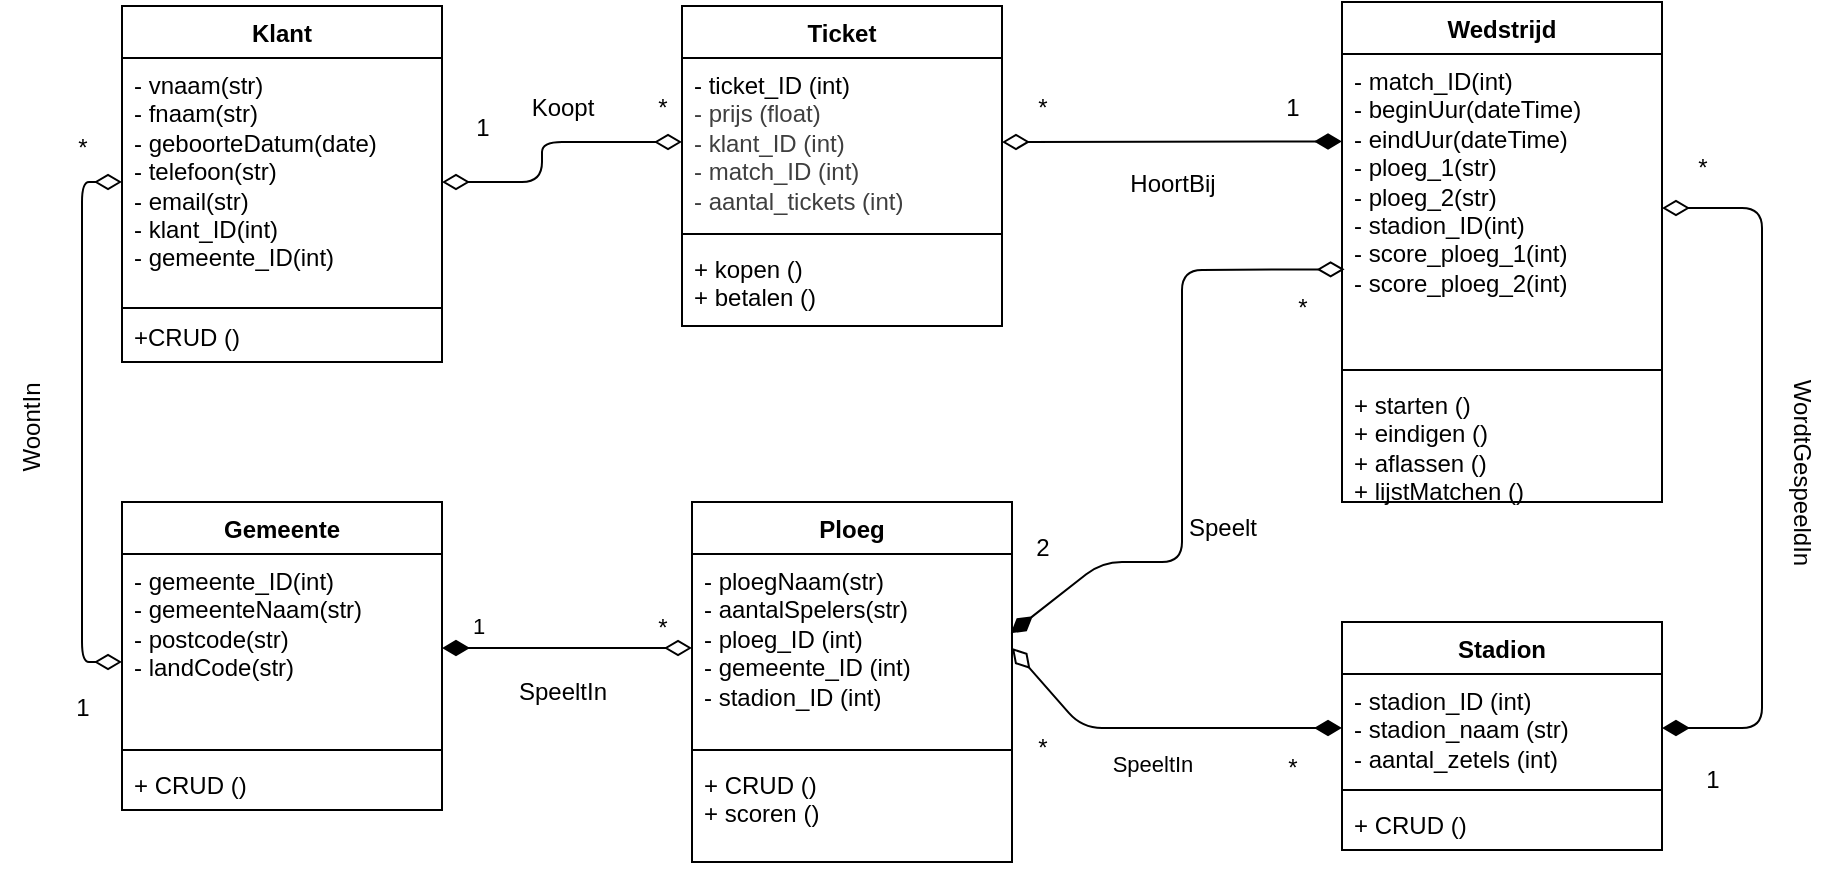
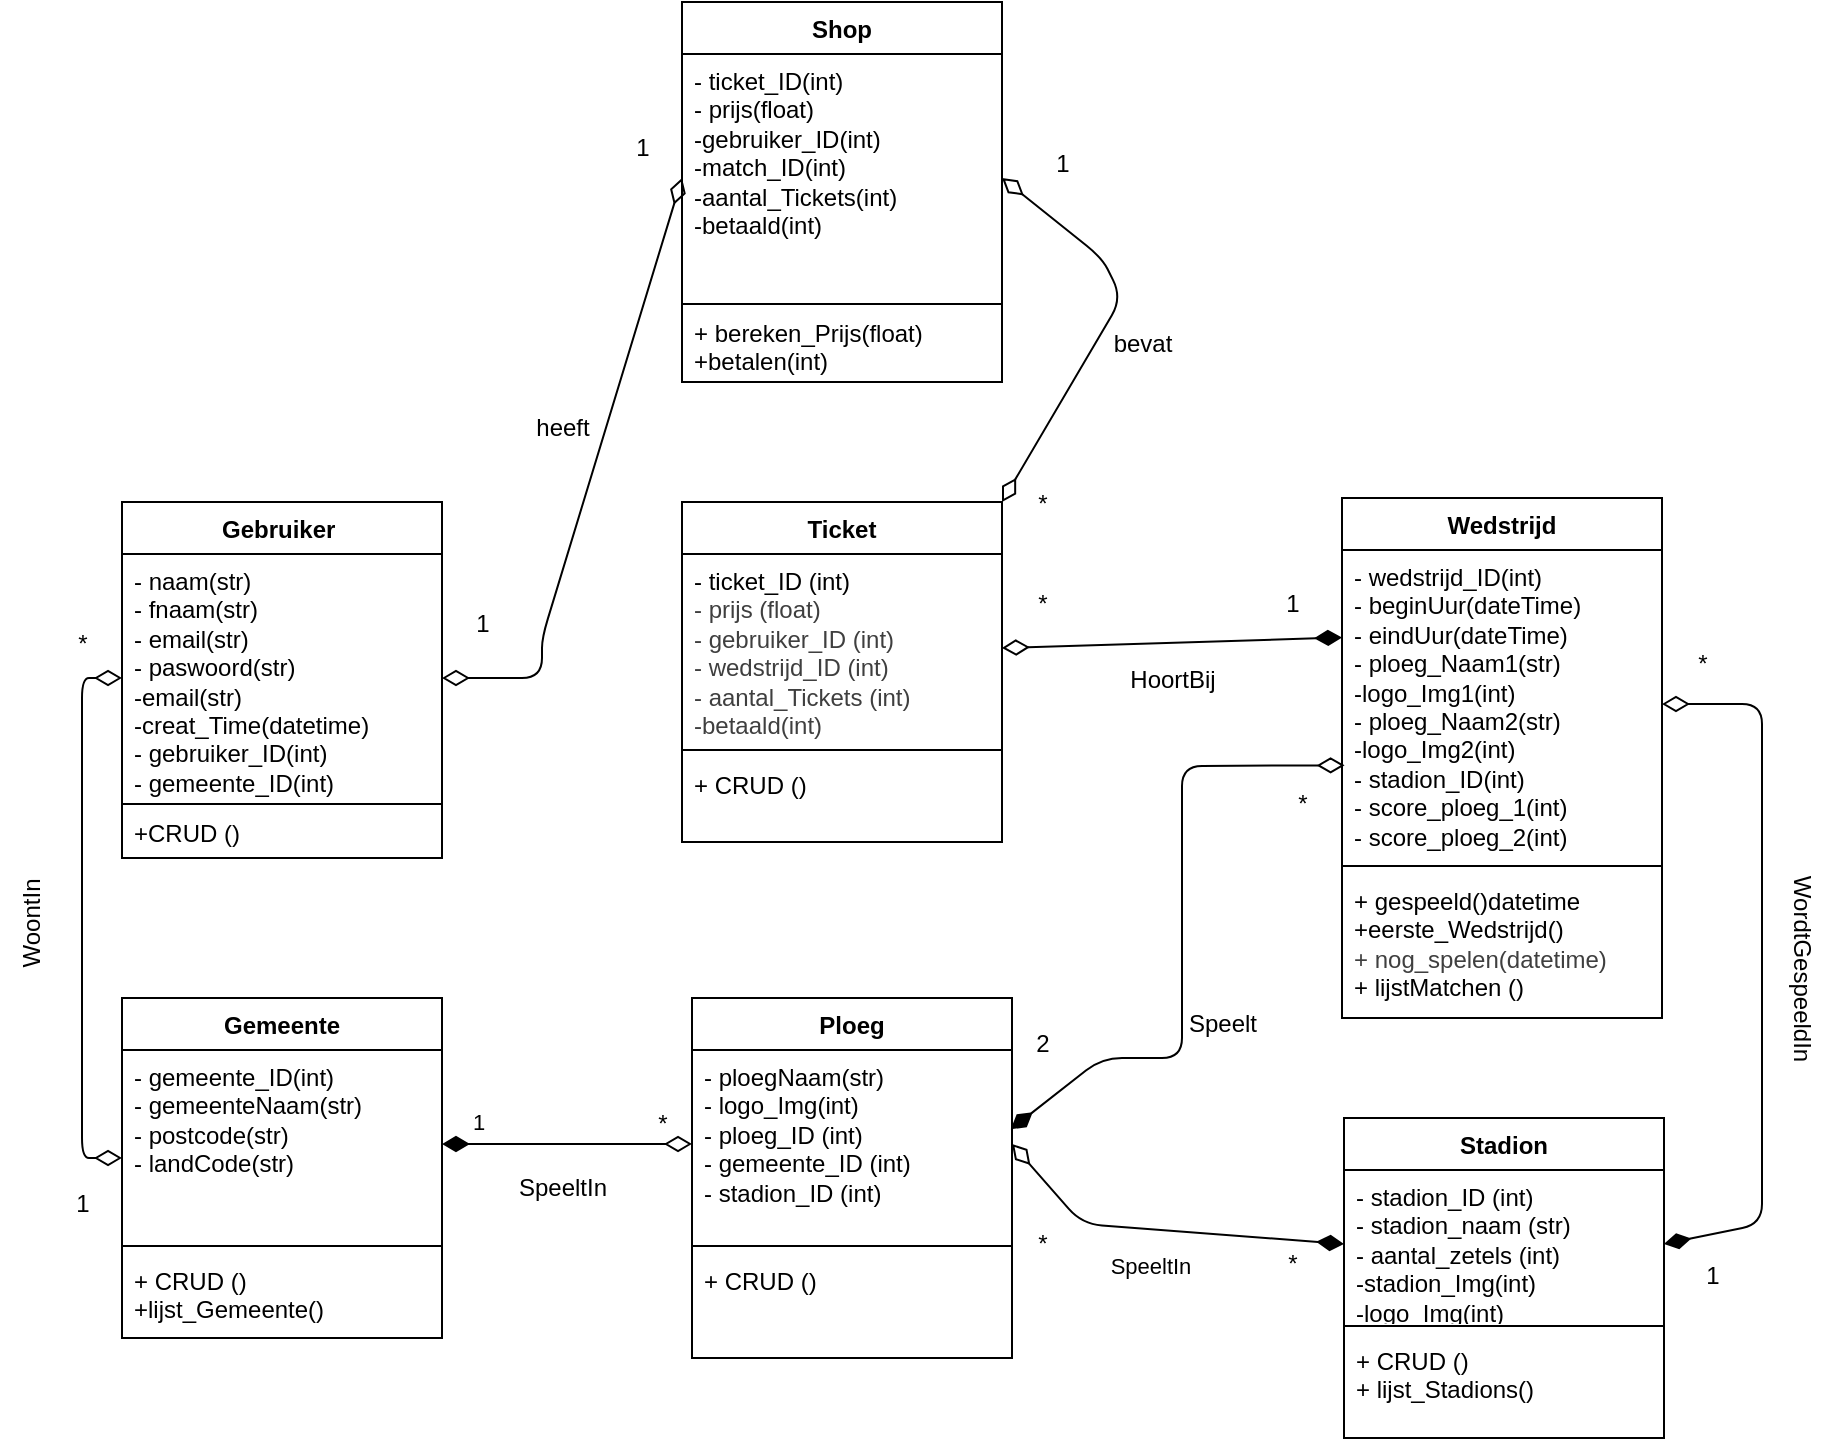
<mxfile host="65bd71144e">
    <diagram id="d7VhSK0giJsNsOicb56G" name="Page-1">
-         <mxGraphModel dx="686" dy="466" grid="1" gridSize="10" guides="1" tooltips="1" connect="1" arrows="1" fold="1" page="1" pageScale="1" pageWidth="850" pageHeight="1100" background="none" math="0" shadow="0">
+         <mxGraphModel dx="1433" dy="1968" grid="1" gridSize="10" guides="1" tooltips="1" connect="1" arrows="1" fold="1" page="1" pageScale="1" pageWidth="850" pageHeight="1100" background="none" math="0" shadow="0">
            <root>
                <mxCell id="0"/>
                <mxCell id="1" parent="0"/>
                <mxCell id="75" value="Gemeente" style="swimlane;fontStyle=1;align=center;verticalAlign=top;childLayout=stackLayout;horizontal=1;startSize=26;horizontalStack=0;resizeParent=1;resizeParentMax=0;resizeLast=0;collapsible=1;marginBottom=0;whiteSpace=wrap;html=1;" parent="1" vertex="1">
-                     <mxGeometry x="60" y="320" width="160" height="154" as="geometry"/>
+                     <mxGeometry x="60" y="320" width="160" height="170" as="geometry"/>
                </mxCell>
                <mxCell id="76" value="- gemeente_ID(int)&lt;div&gt;- gemeenteNaam(str)&lt;/div&gt;&lt;div&gt;- postcode(str)&lt;/div&gt;&lt;div&gt;- landCode(str)&lt;/div&gt;" style="text;strokeColor=none;fillColor=none;align=left;verticalAlign=top;spacingLeft=4;spacingRight=4;overflow=hidden;rotatable=0;points=[[0,0.5],[1,0.5]];portConstraint=eastwest;whiteSpace=wrap;html=1;" parent="75" vertex="1">
                    <mxGeometry y="26" width="160" height="94" as="geometry"/>
                </mxCell>
                <mxCell id="77" value="" style="line;strokeWidth=1;fillColor=none;align=left;verticalAlign=middle;spacingTop=-1;spacingLeft=3;spacingRight=3;rotatable=0;labelPosition=right;points=[];portConstraint=eastwest;strokeColor=inherit;" parent="75" vertex="1">
                    <mxGeometry y="120" width="160" height="8" as="geometry"/>
                </mxCell>
-                 <mxCell id="78" value="+ CRUD ()" style="text;strokeColor=none;fillColor=none;align=left;verticalAlign=top;spacingLeft=4;spacingRight=4;overflow=hidden;rotatable=0;points=[[0,0.5],[1,0.5]];portConstraint=eastwest;whiteSpace=wrap;html=1;" parent="75" vertex="1">
-                     <mxGeometry y="128" width="160" height="26" as="geometry"/>
-                 </mxCell>
-                 <mxCell id="79" value="Klant" style="swimlane;fontStyle=1;align=center;verticalAlign=top;childLayout=stackLayout;horizontal=1;startSize=26;horizontalStack=0;resizeParent=1;resizeParentMax=0;resizeLast=0;collapsible=1;marginBottom=0;whiteSpace=wrap;html=1;" parent="1" vertex="1">
+                 <mxCell id="78" value="+ CRUD ()&lt;div&gt;+lijst_Gemeente()&lt;/div&gt;" style="text;strokeColor=none;fillColor=none;align=left;verticalAlign=top;spacingLeft=4;spacingRight=4;overflow=hidden;rotatable=0;points=[[0,0.5],[1,0.5]];portConstraint=eastwest;whiteSpace=wrap;html=1;" parent="75" vertex="1">
+                     <mxGeometry y="128" width="160" height="42" as="geometry"/>
+                 </mxCell>
+                 <mxCell id="79" value="Gebruiker&amp;nbsp;" style="swimlane;fontStyle=1;align=center;verticalAlign=top;childLayout=stackLayout;horizontal=1;startSize=26;horizontalStack=0;resizeParent=1;resizeParentMax=0;resizeLast=0;collapsible=1;marginBottom=0;whiteSpace=wrap;html=1;" parent="1" vertex="1">
                    <mxGeometry x="60" y="72" width="160" height="178" as="geometry"/>
                </mxCell>
-                 <mxCell id="80" value="- vnaam(str)&lt;div&gt;- fnaam(str)&lt;/div&gt;&lt;div&gt;- geboorteDatum(date)&lt;/div&gt;&lt;div&gt;- telefoon(str)&lt;/div&gt;&lt;div&gt;- email(str)&amp;nbsp;&lt;/div&gt;&lt;div&gt;- klant_ID(int)&lt;/div&gt;&lt;div&gt;- gemeente_ID(int)&lt;/div&gt;" style="text;strokeColor=none;fillColor=none;align=left;verticalAlign=top;spacingLeft=4;spacingRight=4;overflow=hidden;rotatable=0;points=[[0,0.5],[1,0.5]];portConstraint=eastwest;whiteSpace=wrap;html=1;" parent="79" vertex="1">
+                 <mxCell id="80" value="- naam(str)&lt;div&gt;- fnaam(str)&lt;/div&gt;&lt;div&gt;- email(str)&amp;nbsp;&lt;/div&gt;&lt;div&gt;- paswoord(str)&lt;/div&gt;&lt;div&gt;-email(str)&lt;/div&gt;&lt;div&gt;-creat_Time(datetime)&lt;/div&gt;&lt;div&gt;- gebruiker_ID(int)&lt;/div&gt;&lt;div&gt;- gemeente_ID(int)&lt;/div&gt;" style="text;strokeColor=none;fillColor=none;align=left;verticalAlign=top;spacingLeft=4;spacingRight=4;overflow=hidden;rotatable=0;points=[[0,0.5],[1,0.5]];portConstraint=eastwest;whiteSpace=wrap;html=1;" parent="79" vertex="1">
                    <mxGeometry y="26" width="160" height="124" as="geometry"/>
                </mxCell>
                <mxCell id="81" value="" style="line;strokeWidth=1;fillColor=none;align=left;verticalAlign=middle;spacingTop=-1;spacingLeft=3;spacingRight=3;rotatable=0;labelPosition=right;points=[];portConstraint=eastwest;strokeColor=inherit;" parent="79" vertex="1">
                    <mxGeometry y="150" width="160" height="2" as="geometry"/>
                </mxCell>
                <mxCell id="82" value="+CRUD ()" style="text;strokeColor=none;fillColor=none;align=left;verticalAlign=top;spacingLeft=4;spacingRight=4;overflow=hidden;rotatable=0;points=[[0,0.5],[1,0.5]];portConstraint=eastwest;whiteSpace=wrap;html=1;" parent="79" vertex="1">
                    <mxGeometry y="152" width="160" height="26" as="geometry"/>
                </mxCell>
                <mxCell id="84" value="Ticket" style="swimlane;fontStyle=1;align=center;verticalAlign=top;childLayout=stackLayout;horizontal=1;startSize=26;horizontalStack=0;resizeParent=1;resizeParentMax=0;resizeLast=0;collapsible=1;marginBottom=0;whiteSpace=wrap;html=1;" parent="1" vertex="1">
-                     <mxGeometry x="340" y="72" width="160" height="160" as="geometry"/>
-                 </mxCell>
-                 <mxCell id="85" value="&lt;span style=&quot;color: rgb(0, 0, 0);&quot;&gt;- ticket_ID (int)&amp;nbsp;&lt;/span&gt;&lt;div style=&quot;color: rgb(63, 63, 63); scrollbar-color: rgb(226, 226, 226) rgb(251, 251, 251);&quot;&gt;- prijs (float)&amp;nbsp;&lt;/div&gt;&lt;div style=&quot;color: rgb(63, 63, 63); scrollbar-color: rgb(226, 226, 226) rgb(251, 251, 251);&quot;&gt;- klant_ID (int)&lt;/div&gt;&lt;div style=&quot;color: rgb(63, 63, 63); scrollbar-color: rgb(226, 226, 226) rgb(251, 251, 251);&quot;&gt;- match_ID (int)&lt;/div&gt;&lt;div style=&quot;color: rgb(63, 63, 63); scrollbar-color: rgb(226, 226, 226) rgb(251, 251, 251);&quot;&gt;- aantal_tickets (int)&lt;/div&gt;" style="text;strokeColor=none;fillColor=none;align=left;verticalAlign=top;spacingLeft=4;spacingRight=4;overflow=hidden;rotatable=0;points=[[0,0.5],[1,0.5]];portConstraint=eastwest;whiteSpace=wrap;html=1;" parent="84" vertex="1">
-                     <mxGeometry y="26" width="160" height="84" as="geometry"/>
+                     <mxGeometry x="340" y="72" width="160" height="170" as="geometry"/>
+                 </mxCell>
+                 <mxCell id="85" value="&lt;span style=&quot;color: rgb(0, 0, 0);&quot;&gt;- ticket_ID (int)&amp;nbsp;&lt;/span&gt;&lt;div style=&quot;color: rgb(63, 63, 63); scrollbar-color: rgb(226, 226, 226) rgb(251, 251, 251);&quot;&gt;- prijs (float)&amp;nbsp;&lt;/div&gt;&lt;div style=&quot;color: rgb(63, 63, 63); scrollbar-color: rgb(226, 226, 226) rgb(251, 251, 251);&quot;&gt;- gebruiker_ID (int)&lt;/div&gt;&lt;div style=&quot;color: rgb(63, 63, 63); scrollbar-color: rgb(226, 226, 226) rgb(251, 251, 251);&quot;&gt;- wedstrijd_ID (int)&lt;/div&gt;&lt;div style=&quot;color: rgb(63, 63, 63); scrollbar-color: rgb(226, 226, 226) rgb(251, 251, 251);&quot;&gt;- aantal_Tickets (int)&lt;/div&gt;&lt;div style=&quot;color: rgb(63, 63, 63); scrollbar-color: rgb(226, 226, 226) rgb(251, 251, 251);&quot;&gt;-betaald(int)&lt;/div&gt;" style="text;strokeColor=none;fillColor=none;align=left;verticalAlign=top;spacingLeft=4;spacingRight=4;overflow=hidden;rotatable=0;points=[[0,0.5],[1,0.5]];portConstraint=eastwest;whiteSpace=wrap;html=1;" parent="84" vertex="1">
+                     <mxGeometry y="26" width="160" height="94" as="geometry"/>
                </mxCell>
                <mxCell id="86" value="" style="line;strokeWidth=1;fillColor=none;align=left;verticalAlign=middle;spacingTop=-1;spacingLeft=3;spacingRight=3;rotatable=0;labelPosition=right;points=[];portConstraint=eastwest;strokeColor=inherit;" parent="84" vertex="1">
-                     <mxGeometry y="110" width="160" height="8" as="geometry"/>
-                 </mxCell>
-                 <mxCell id="87" value="+ kopen ()&lt;div&gt;+ betalen ()&lt;/div&gt;" style="text;strokeColor=none;fillColor=none;align=left;verticalAlign=top;spacingLeft=4;spacingRight=4;overflow=hidden;rotatable=0;points=[[0,0.5],[1,0.5]];portConstraint=eastwest;whiteSpace=wrap;html=1;" parent="84" vertex="1">
-                     <mxGeometry y="118" width="160" height="42" as="geometry"/>
+                     <mxGeometry y="120" width="160" height="8" as="geometry"/>
+                 </mxCell>
+                 <mxCell id="87" value="+ CRUD ()" style="text;strokeColor=none;fillColor=none;align=left;verticalAlign=top;spacingLeft=4;spacingRight=4;overflow=hidden;rotatable=0;points=[[0,0.5],[1,0.5]];portConstraint=eastwest;whiteSpace=wrap;html=1;" parent="84" vertex="1">
+                     <mxGeometry y="128" width="160" height="42" as="geometry"/>
                </mxCell>
                <mxCell id="88" value="Ploeg" style="swimlane;fontStyle=1;align=center;verticalAlign=top;childLayout=stackLayout;horizontal=1;startSize=26;horizontalStack=0;resizeParent=1;resizeParentMax=0;resizeLast=0;collapsible=1;marginBottom=0;whiteSpace=wrap;html=1;" parent="1" vertex="1">
                    <mxGeometry x="345" y="320" width="160" height="180" as="geometry"/>
                </mxCell>
-                 <mxCell id="89" value="- ploegNaam(str)&lt;div&gt;- aantalSpelers(str)&lt;/div&gt;&lt;div&gt;- ploeg_ID (int)&lt;/div&gt;&lt;div&gt;- gemeente_ID (int)&lt;/div&gt;&lt;div&gt;- stadion_ID (int)&lt;/div&gt;" style="text;strokeColor=none;fillColor=none;align=left;verticalAlign=top;spacingLeft=4;spacingRight=4;overflow=hidden;rotatable=0;points=[[0,0.5],[1,0.5]];portConstraint=eastwest;whiteSpace=wrap;html=1;" parent="88" vertex="1">
+                 <mxCell id="89" value="- ploegNaam(str)&lt;div&gt;- logo_Img(int)&lt;/div&gt;&lt;div&gt;- ploeg_ID (int)&lt;/div&gt;&lt;div&gt;- gemeente_ID (int)&lt;/div&gt;&lt;div&gt;- stadion_ID (int)&lt;/div&gt;" style="text;strokeColor=none;fillColor=none;align=left;verticalAlign=top;spacingLeft=4;spacingRight=4;overflow=hidden;rotatable=0;points=[[0,0.5],[1,0.5]];portConstraint=eastwest;whiteSpace=wrap;html=1;" parent="88" vertex="1">
                    <mxGeometry y="26" width="160" height="94" as="geometry"/>
                </mxCell>
                <mxCell id="90" value="" style="line;strokeWidth=1;fillColor=none;align=left;verticalAlign=middle;spacingTop=-1;spacingLeft=3;spacingRight=3;rotatable=0;labelPosition=right;points=[];portConstraint=eastwest;strokeColor=inherit;" parent="88" vertex="1">
                    <mxGeometry y="120" width="160" height="8" as="geometry"/>
                </mxCell>
-                 <mxCell id="91" value="+ CRUD ()&lt;div&gt;+ scoren ()&lt;/div&gt;" style="text;strokeColor=none;fillColor=none;align=left;verticalAlign=top;spacingLeft=4;spacingRight=4;overflow=hidden;rotatable=0;points=[[0,0.5],[1,0.5]];portConstraint=eastwest;whiteSpace=wrap;html=1;" parent="88" vertex="1">
+                 <mxCell id="91" value="+ CRUD ()" style="text;strokeColor=none;fillColor=none;align=left;verticalAlign=top;spacingLeft=4;spacingRight=4;overflow=hidden;rotatable=0;points=[[0,0.5],[1,0.5]];portConstraint=eastwest;whiteSpace=wrap;html=1;" parent="88" vertex="1">
                    <mxGeometry y="128" width="160" height="52" as="geometry"/>
                </mxCell>
                <mxCell id="96" value="Stadion" style="swimlane;fontStyle=1;align=center;verticalAlign=top;childLayout=stackLayout;horizontal=1;startSize=26;horizontalStack=0;resizeParent=1;resizeParentMax=0;resizeLast=0;collapsible=1;marginBottom=0;whiteSpace=wrap;html=1;" parent="1" vertex="1">
-                     <mxGeometry x="670" y="380" width="160" height="114" as="geometry"/>
-                 </mxCell>
-                 <mxCell id="97" value="- stadion_ID (int)&lt;div&gt;- stadion_naam (str)&lt;/div&gt;&lt;div&gt;- aantal_zetels (int)&lt;/div&gt;" style="text;strokeColor=none;fillColor=none;align=left;verticalAlign=top;spacingLeft=4;spacingRight=4;overflow=hidden;rotatable=0;points=[[0,0.5],[1,0.5]];portConstraint=eastwest;whiteSpace=wrap;html=1;" parent="96" vertex="1">
-                     <mxGeometry y="26" width="160" height="54" as="geometry"/>
+                     <mxGeometry x="671" y="380" width="160" height="160" as="geometry"/>
+                 </mxCell>
+                 <mxCell id="97" value="- stadion_ID (int)&lt;div&gt;- stadion_naam (str)&lt;/div&gt;&lt;div&gt;- aantal_zetels (int)&lt;/div&gt;&lt;div&gt;-stadion_Img(int)&lt;/div&gt;&lt;div&gt;-logo_Img(int)&lt;/div&gt;" style="text;strokeColor=none;fillColor=none;align=left;verticalAlign=top;spacingLeft=4;spacingRight=4;overflow=hidden;rotatable=0;points=[[0,0.5],[1,0.5]];portConstraint=eastwest;whiteSpace=wrap;html=1;" parent="96" vertex="1">
+                     <mxGeometry y="26" width="160" height="74" as="geometry"/>
                </mxCell>
                <mxCell id="98" value="" style="line;strokeWidth=1;fillColor=none;align=left;verticalAlign=middle;spacingTop=-1;spacingLeft=3;spacingRight=3;rotatable=0;labelPosition=right;points=[];portConstraint=eastwest;strokeColor=inherit;" parent="96" vertex="1">
-                     <mxGeometry y="80" width="160" height="8" as="geometry"/>
-                 </mxCell>
-                 <mxCell id="99" value="+ CRUD ()" style="text;strokeColor=none;fillColor=none;align=left;verticalAlign=top;spacingLeft=4;spacingRight=4;overflow=hidden;rotatable=0;points=[[0,0.5],[1,0.5]];portConstraint=eastwest;whiteSpace=wrap;html=1;" parent="96" vertex="1">
-                     <mxGeometry y="88" width="160" height="26" as="geometry"/>
+                     <mxGeometry y="100" width="160" height="8" as="geometry"/>
+                 </mxCell>
+                 <mxCell id="99" value="+ CRUD ()&lt;div&gt;+ lijst_Stadions()&lt;/div&gt;" style="text;strokeColor=none;fillColor=none;align=left;verticalAlign=top;spacingLeft=4;spacingRight=4;overflow=hidden;rotatable=0;points=[[0,0.5],[1,0.5]];portConstraint=eastwest;whiteSpace=wrap;html=1;" parent="96" vertex="1">
+                     <mxGeometry y="108" width="160" height="52" as="geometry"/>
                </mxCell>
                <mxCell id="100" value="Wedstrijd" style="swimlane;fontStyle=1;align=center;verticalAlign=top;childLayout=stackLayout;horizontal=1;startSize=26;horizontalStack=0;resizeParent=1;resizeParentMax=0;resizeLast=0;collapsible=1;marginBottom=0;whiteSpace=wrap;html=1;" parent="1" vertex="1">
-                     <mxGeometry x="670" y="70" width="160" height="250" as="geometry"/>
-                 </mxCell>
-                 <mxCell id="101" value="- match_ID(int)&lt;div&gt;&lt;font color=&quot;#000000&quot;&gt;- beginUur(dateTime)&lt;/font&gt;&lt;/div&gt;&lt;div&gt;&lt;font color=&quot;#000000&quot;&gt;- eindUur(dateTime)&lt;/font&gt;&lt;/div&gt;&lt;div&gt;&lt;font color=&quot;#000000&quot;&gt;- ploeg_1(str)&lt;/font&gt;&lt;/div&gt;&lt;div&gt;&lt;font color=&quot;#000000&quot;&gt;- ploeg_2(str)&lt;/font&gt;&lt;/div&gt;&lt;div&gt;&lt;font color=&quot;#000000&quot;&gt;- stadion_ID(int)&lt;/font&gt;&lt;/div&gt;&lt;div&gt;&lt;font color=&quot;#000000&quot;&gt;- score_ploeg_1(int)&lt;/font&gt;&lt;/div&gt;&lt;div&gt;&lt;span style=&quot;background-color: transparent;&quot;&gt;- score_ploeg_2(int)&lt;/span&gt;&lt;/div&gt;" style="text;strokeColor=none;fillColor=none;align=left;verticalAlign=top;spacingLeft=4;spacingRight=4;overflow=hidden;rotatable=0;points=[[0,0.5],[1,0.5]];portConstraint=eastwest;whiteSpace=wrap;html=1;" parent="100" vertex="1">
+                     <mxGeometry x="670" y="70" width="160" height="260" as="geometry"/>
+                 </mxCell>
+                 <mxCell id="101" value="- wedstrijd_ID(int)&lt;div&gt;&lt;font color=&quot;#000000&quot;&gt;- beginUur(dateTime)&lt;/font&gt;&lt;/div&gt;&lt;div&gt;&lt;font color=&quot;#000000&quot;&gt;- eindUur(dateTime)&lt;/font&gt;&lt;/div&gt;&lt;div&gt;&lt;font color=&quot;#000000&quot;&gt;- ploeg_Naam1(str)&lt;/font&gt;&lt;/div&gt;&lt;div&gt;&lt;font color=&quot;#000000&quot;&gt;-logo_Img1(int)&lt;/font&gt;&lt;/div&gt;&lt;div&gt;&lt;font color=&quot;#000000&quot;&gt;- ploeg_Naam2(str)&lt;/font&gt;&lt;/div&gt;&lt;div&gt;&lt;font color=&quot;#000000&quot;&gt;-logo_Img2(int)&lt;/font&gt;&lt;/div&gt;&lt;div&gt;&lt;font color=&quot;#000000&quot;&gt;- stadion_ID(int)&lt;/font&gt;&lt;/div&gt;&lt;div&gt;&lt;font color=&quot;#000000&quot;&gt;- score_ploeg_1(int)&lt;/font&gt;&lt;/div&gt;&lt;div&gt;&lt;span style=&quot;background-color: transparent;&quot;&gt;- score_ploeg_2(int)&lt;/span&gt;&lt;/div&gt;&lt;div&gt;&lt;span style=&quot;background-color: transparent;&quot;&gt;-&lt;/span&gt;&lt;/div&gt;" style="text;strokeColor=none;fillColor=none;align=left;verticalAlign=top;spacingLeft=4;spacingRight=4;overflow=hidden;rotatable=0;points=[[0,0.5],[1,0.5]];portConstraint=eastwest;whiteSpace=wrap;html=1;" parent="100" vertex="1">
                    <mxGeometry y="26" width="160" height="154" as="geometry"/>
                </mxCell>
                <mxCell id="102" value="" style="line;strokeWidth=1;fillColor=none;align=left;verticalAlign=middle;spacingTop=-1;spacingLeft=3;spacingRight=3;rotatable=0;labelPosition=right;points=[];portConstraint=eastwest;strokeColor=inherit;" parent="100" vertex="1">
                    <mxGeometry y="180" width="160" height="8" as="geometry"/>
                </mxCell>
-                 <mxCell id="103" value="+ starten ()&lt;div&gt;+ eindigen ()&lt;/div&gt;&lt;div&gt;+ aflassen ()&lt;/div&gt;&lt;div&gt;+ lijstMatchen ()&lt;/div&gt;" style="text;strokeColor=none;fillColor=none;align=left;verticalAlign=top;spacingLeft=4;spacingRight=4;overflow=hidden;rotatable=0;points=[[0,0.5],[1,0.5]];portConstraint=eastwest;whiteSpace=wrap;html=1;" parent="100" vertex="1">
-                     <mxGeometry y="188" width="160" height="62" as="geometry"/>
-                 </mxCell>
-                 <mxCell id="104" style="edgeStyle=none;html=1;exitX=1;exitY=0.5;exitDx=0;exitDy=0;entryX=0;entryY=0.5;entryDx=0;entryDy=0;endArrow=diamondThin;endFill=0;startArrow=diamondThin;startFill=0;endSize=11;startSize=11;" parent="1" source="80" target="85" edge="1">
+                 <mxCell id="103" value="+ gespeeld()datetime&lt;div&gt;&lt;font color=&quot;#000000&quot;&gt;+eerste_Wedstrijd()&lt;br&gt;&lt;/font&gt;&lt;div&gt;&lt;span style=&quot;color: rgb(63, 63, 63); background-color: transparent;&quot;&gt;+ nog_spelen(datetime)&lt;/span&gt;&lt;/div&gt;&lt;div&gt;+ lijstMatchen ()&lt;/div&gt;&lt;/div&gt;" style="text;strokeColor=none;fillColor=none;align=left;verticalAlign=top;spacingLeft=4;spacingRight=4;overflow=hidden;rotatable=0;points=[[0,0.5],[1,0.5]];portConstraint=eastwest;whiteSpace=wrap;html=1;" parent="100" vertex="1">
+                     <mxGeometry y="188" width="160" height="72" as="geometry"/>
+                 </mxCell>
+                 <mxCell id="104" style="edgeStyle=none;html=1;entryX=0;entryY=0.5;entryDx=0;entryDy=0;endArrow=diamondThin;endFill=0;startArrow=diamondThin;startFill=0;endSize=11;startSize=11;" parent="1" target="143" edge="1">
                    <mxGeometry relative="1" as="geometry">
                        <Array as="points">
                            <mxPoint x="270" y="160"/>
                            <mxPoint x="270" y="140"/>
                        </Array>
-                     </mxGeometry>
-                 </mxCell>
-                 <mxCell id="105" value="Koopt" style="text;html=1;align=center;verticalAlign=middle;resizable=0;points=[];autosize=1;strokeColor=none;fillColor=none;" parent="1" vertex="1">
-                     <mxGeometry x="255" y="108" width="50" height="30" as="geometry"/>
+                         <mxPoint x="220" y="160" as="sourcePoint"/>
+                     </mxGeometry>
+                 </mxCell>
+                 <mxCell id="105" value="heeft" style="text;html=1;align=center;verticalAlign=middle;resizable=0;points=[];autosize=1;strokeColor=none;fillColor=none;" parent="1" vertex="1">
+                     <mxGeometry x="255" y="20" width="50" height="30" as="geometry"/>
                </mxCell>
                <mxCell id="106" style="edgeStyle=none;html=1;exitX=0;exitY=0.5;exitDx=0;exitDy=0;endArrow=diamondThin;endFill=0;startArrow=diamondThin;startFill=0;endSize=11;startSize=11;" parent="1" source="80" edge="1">
                    <mxGeometry relative="1" as="geometry">
                        <mxPoint x="60" y="400" as="targetPoint"/>
                        <Array as="points">
                            <mxPoint x="40" y="160"/>
                            <mxPoint x="40" y="400"/>
                        </Array>
                    </mxGeometry>
                </mxCell>
                <mxCell id="107" value="WoontIn" style="text;html=1;align=center;verticalAlign=middle;resizable=0;points=[];autosize=1;strokeColor=none;fillColor=none;rotation=-90;" parent="1" vertex="1">
                    <mxGeometry x="-20" y="268" width="70" height="30" as="geometry"/>
                </mxCell>
                <mxCell id="110" value="SpeeltIn" style="text;html=1;align=center;verticalAlign=middle;resizable=0;points=[];autosize=1;strokeColor=none;fillColor=none;" parent="1" vertex="1">
                    <mxGeometry x="245" y="400" width="70" height="30" as="geometry"/>
                </mxCell>
                <mxCell id="112" style="edgeStyle=none;html=1;exitX=1;exitY=0.5;exitDx=0;exitDy=0;entryX=0;entryY=0.284;entryDx=0;entryDy=0;entryPerimeter=0;endArrow=diamondThin;endFill=1;endSize=11;startArrow=diamondThin;startFill=0;startSize=11;" parent="1" source="85" target="101" edge="1">
                    <mxGeometry relative="1" as="geometry"/>
                </mxCell>
                <mxCell id="113" value="HoortBij" style="text;html=1;align=center;verticalAlign=middle;resizable=0;points=[];autosize=1;strokeColor=none;fillColor=none;" parent="1" vertex="1">
                    <mxGeometry x="550" y="146" width="70" height="30" as="geometry"/>
                </mxCell>
                <mxCell id="115" style="edgeStyle=none;html=1;exitX=0.996;exitY=0.422;exitDx=0;exitDy=0;entryX=0.008;entryY=0.699;entryDx=0;entryDy=0;entryPerimeter=0;exitPerimeter=0;endArrow=diamondThin;endFill=0;startArrow=diamondThin;startFill=1;strokeWidth=1;targetPerimeterSpacing=10;sourcePerimeterSpacing=7;endSize=11;startSize=11;" parent="1" source="89" target="101" edge="1">
                    <mxGeometry relative="1" as="geometry">
                        <Array as="points">
                            <mxPoint x="550" y="350"/>
                            <mxPoint x="590" y="350"/>
                            <mxPoint x="590" y="204"/>
                        </Array>
                    </mxGeometry>
                </mxCell>
                <mxCell id="116" value="Speelt" style="text;html=1;align=center;verticalAlign=middle;resizable=0;points=[];autosize=1;strokeColor=none;fillColor=none;" parent="1" vertex="1">
                    <mxGeometry x="580" y="318" width="60" height="30" as="geometry"/>
                </mxCell>
                <mxCell id="117" style="edgeStyle=none;html=1;exitX=1;exitY=0.5;exitDx=0;exitDy=0;entryX=1;entryY=0.5;entryDx=0;entryDy=0;endArrow=diamondThin;endFill=1;startSize=11;endSize=11;startArrow=diamondThin;startFill=0;" parent="1" source="101" target="97" edge="1">
                    <mxGeometry relative="1" as="geometry">
                        <mxPoint x="940" y="173.66666666666663" as="targetPoint"/>
                        <Array as="points">
                            <mxPoint x="880" y="173"/>
                            <mxPoint x="880" y="433"/>
                        </Array>
                    </mxGeometry>
                </mxCell>
                <mxCell id="118" value="WordtGespeeldIn" style="text;html=1;align=center;verticalAlign=middle;resizable=0;points=[];autosize=1;strokeColor=none;fillColor=none;rotation=90;" parent="1" vertex="1">
                    <mxGeometry x="840" y="290" width="120" height="30" as="geometry"/>
                </mxCell>
                <mxCell id="119" style="edgeStyle=none;html=1;exitX=1;exitY=0.5;exitDx=0;exitDy=0;entryX=0;entryY=0.5;entryDx=0;entryDy=0;endArrow=diamondThin;endFill=1;endSize=11;startArrow=diamondThin;startFill=0;startSize=11;" parent="1" source="89" target="97" edge="1">
                    <mxGeometry relative="1" as="geometry">
                        <Array as="points">
                            <mxPoint x="540" y="433"/>
                        </Array>
                    </mxGeometry>
                </mxCell>
                <mxCell id="120" value="SpeeltIn" style="edgeLabel;html=1;align=center;verticalAlign=middle;resizable=0;points=[];" parent="119" connectable="0" vertex="1">
                    <mxGeometry x="-0.0461" y="-18" relative="1" as="geometry">
                        <mxPoint as="offset"/>
                    </mxGeometry>
                </mxCell>
                <mxCell id="121" value="*" style="text;html=1;align=center;verticalAlign=middle;resizable=0;points=[];autosize=1;strokeColor=none;fillColor=none;" parent="1" vertex="1">
                    <mxGeometry x="25" y="128" width="30" height="30" as="geometry"/>
                </mxCell>
                <mxCell id="123" value="1" style="text;html=1;align=center;verticalAlign=middle;resizable=0;points=[];autosize=1;strokeColor=none;fillColor=none;" parent="1" vertex="1">
                    <mxGeometry x="25" y="408" width="30" height="30" as="geometry"/>
                </mxCell>
                <mxCell id="124" style="edgeStyle=none;html=1;exitX=1;exitY=0.5;exitDx=0;exitDy=0;entryX=0;entryY=0.5;entryDx=0;entryDy=0;endArrow=diamondThin;endFill=0;startArrow=diamondThin;startFill=1;endSize=11;startSize=11;" parent="1" source="76" target="89" edge="1">
                    <mxGeometry relative="1" as="geometry"/>
                </mxCell>
                <mxCell id="127" value="1" style="edgeLabel;html=1;align=center;verticalAlign=middle;resizable=0;points=[];" parent="124" connectable="0" vertex="1">
                    <mxGeometry x="-0.7211" y="11" relative="1" as="geometry">
                        <mxPoint as="offset"/>
                    </mxGeometry>
                </mxCell>
-                 <mxCell id="125" value="*" style="text;html=1;align=center;verticalAlign=middle;resizable=0;points=[];autosize=1;strokeColor=none;fillColor=none;" parent="1" vertex="1">
-                     <mxGeometry x="315" y="108" width="30" height="30" as="geometry"/>
+                 <mxCell id="125" value="1" style="text;html=1;align=center;verticalAlign=middle;resizable=0;points=[];autosize=1;strokeColor=none;fillColor=none;" parent="1" vertex="1">
+                     <mxGeometry x="305" y="-120" width="30" height="30" as="geometry"/>
                </mxCell>
                <mxCell id="126" value="1" style="text;html=1;align=center;verticalAlign=middle;resizable=0;points=[];autosize=1;strokeColor=none;fillColor=none;" parent="1" vertex="1">
                    <mxGeometry x="225" y="118" width="30" height="30" as="geometry"/>
                </mxCell>
                <mxCell id="128" value="*" style="text;html=1;align=center;verticalAlign=middle;resizable=0;points=[];autosize=1;strokeColor=none;fillColor=none;" parent="1" vertex="1">
                    <mxGeometry x="315" y="368" width="30" height="30" as="geometry"/>
                </mxCell>
                <mxCell id="129" value="*" style="text;html=1;align=center;verticalAlign=middle;resizable=0;points=[];autosize=1;strokeColor=none;fillColor=none;" parent="1" vertex="1">
                    <mxGeometry x="835" y="138" width="30" height="30" as="geometry"/>
                </mxCell>
                <mxCell id="130" value="*" style="text;html=1;align=center;verticalAlign=middle;resizable=0;points=[];autosize=1;strokeColor=none;fillColor=none;" parent="1" vertex="1">
                    <mxGeometry x="630" y="438" width="30" height="30" as="geometry"/>
                </mxCell>
                <mxCell id="131" value="1" style="text;html=1;align=center;verticalAlign=middle;resizable=0;points=[];autosize=1;strokeColor=none;fillColor=none;" parent="1" vertex="1">
                    <mxGeometry x="840" y="444" width="30" height="30" as="geometry"/>
                </mxCell>
                <mxCell id="133" value="*" style="text;html=1;align=center;verticalAlign=middle;resizable=0;points=[];autosize=1;strokeColor=none;fillColor=none;" parent="1" vertex="1">
                    <mxGeometry x="505" y="428" width="30" height="30" as="geometry"/>
                </mxCell>
                <mxCell id="134" value="2" style="text;html=1;align=center;verticalAlign=middle;resizable=0;points=[];autosize=1;strokeColor=none;fillColor=none;" parent="1" vertex="1">
                    <mxGeometry x="505" y="328" width="30" height="30" as="geometry"/>
                </mxCell>
                <mxCell id="135" value="*" style="text;html=1;align=center;verticalAlign=middle;resizable=0;points=[];autosize=1;strokeColor=none;fillColor=none;" parent="1" vertex="1">
                    <mxGeometry x="635" y="208" width="30" height="30" as="geometry"/>
                </mxCell>
                <mxCell id="140" value="1" style="text;html=1;align=center;verticalAlign=middle;resizable=0;points=[];autosize=1;strokeColor=none;fillColor=none;" parent="1" vertex="1">
                    <mxGeometry x="630" y="108" width="30" height="30" as="geometry"/>
                </mxCell>
                <mxCell id="141" value="*" style="text;html=1;align=center;verticalAlign=middle;resizable=0;points=[];autosize=1;strokeColor=none;fillColor=none;" parent="1" vertex="1">
                    <mxGeometry x="505" y="108" width="30" height="30" as="geometry"/>
+                 </mxCell>
+                 <mxCell id="142" value="Shop" style="swimlane;fontStyle=1;align=center;verticalAlign=top;childLayout=stackLayout;horizontal=1;startSize=26;horizontalStack=0;resizeParent=1;resizeParentMax=0;resizeLast=0;collapsible=1;marginBottom=0;whiteSpace=wrap;html=1;" vertex="1" parent="1">
+                     <mxGeometry x="340" y="-178" width="160" height="190" as="geometry"/>
+                 </mxCell>
+                 <mxCell id="143" value="- ticket_ID(int)&lt;div&gt;&lt;div&gt;- prijs(float)&lt;/div&gt;&lt;/div&gt;&lt;div&gt;-gebruiker_ID(int)&lt;/div&gt;&lt;div&gt;-match_ID(int)&lt;/div&gt;&lt;div&gt;-aantal_Tickets(int)&lt;/div&gt;&lt;div&gt;-betaald(int)&lt;/div&gt;" style="text;strokeColor=none;fillColor=none;align=left;verticalAlign=top;spacingLeft=4;spacingRight=4;overflow=hidden;rotatable=0;points=[[0,0.5],[1,0.5]];portConstraint=eastwest;whiteSpace=wrap;html=1;" vertex="1" parent="142">
+                     <mxGeometry y="26" width="160" height="124" as="geometry"/>
+                 </mxCell>
+                 <mxCell id="144" value="" style="line;strokeWidth=1;fillColor=none;align=left;verticalAlign=middle;spacingTop=-1;spacingLeft=3;spacingRight=3;rotatable=0;labelPosition=right;points=[];portConstraint=eastwest;strokeColor=inherit;" vertex="1" parent="142">
+                     <mxGeometry y="150" width="160" height="2" as="geometry"/>
+                 </mxCell>
+                 <mxCell id="145" value="+ bereken_Prijs(float)&lt;div&gt;+betalen(int)&lt;/div&gt;" style="text;strokeColor=none;fillColor=none;align=left;verticalAlign=top;spacingLeft=4;spacingRight=4;overflow=hidden;rotatable=0;points=[[0,0.5],[1,0.5]];portConstraint=eastwest;whiteSpace=wrap;html=1;" vertex="1" parent="142">
+                     <mxGeometry y="152" width="160" height="38" as="geometry"/>
+                 </mxCell>
+                 <mxCell id="147" style="edgeStyle=none;html=1;exitX=1;exitY=0;exitDx=0;exitDy=0;endArrow=diamondThin;endFill=0;startArrow=diamondThin;startFill=0;endSize=11;startSize=11;entryX=1;entryY=0.5;entryDx=0;entryDy=0;" edge="1" parent="1" source="84" target="143">
+                     <mxGeometry relative="1" as="geometry">
+                         <Array as="points">
+                             <mxPoint x="560" y="-30"/>
+                             <mxPoint x="550" y="-50"/>
+                         </Array>
+                         <mxPoint x="230" y="170" as="sourcePoint"/>
+                         <mxPoint x="350" y="-80" as="targetPoint"/>
+                     </mxGeometry>
+                 </mxCell>
+                 <mxCell id="148" value="1" style="text;html=1;align=center;verticalAlign=middle;resizable=0;points=[];autosize=1;strokeColor=none;fillColor=none;" vertex="1" parent="1">
+                     <mxGeometry x="515" y="-112" width="30" height="30" as="geometry"/>
+                 </mxCell>
+                 <mxCell id="149" value="bevat" style="text;html=1;align=center;verticalAlign=middle;resizable=0;points=[];autosize=1;strokeColor=none;fillColor=none;" vertex="1" parent="1">
+                     <mxGeometry x="545" y="-22" width="50" height="30" as="geometry"/>
+                 </mxCell>
+                 <mxCell id="150" value="*" style="text;html=1;align=center;verticalAlign=middle;resizable=0;points=[];autosize=1;strokeColor=none;fillColor=none;" vertex="1" parent="1">
+                     <mxGeometry x="505" y="58" width="30" height="30" as="geometry"/>
                </mxCell>
            </root>
        </mxGraphModel>
    </diagram>
</mxfile>